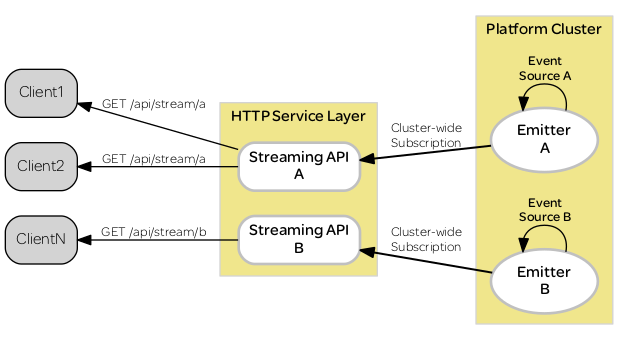
This is StreamFlow.dot.png from jeffreyzou/akkasse, a Graphviz export, as it was before one commit. Its source is kept beside it as StreamFlow.dot.
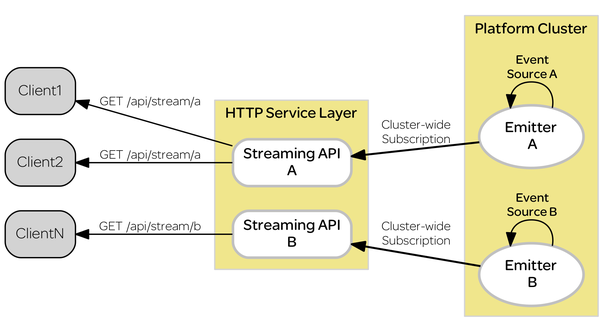
The same file after the commit.

Diff of the diagram source:
```diff
@@ -1,4 +1,5 @@
 digraph WorkRunner {
+      graph [ dpi = 300 ];
       rankdir=RL;
 
      node [fontsize=12  fontname=SEOptimistLight labelfontname=SEOptimistLight shape=Mrecord penwidth=1.0 style=filled fillcolor=lightgrey];
```
